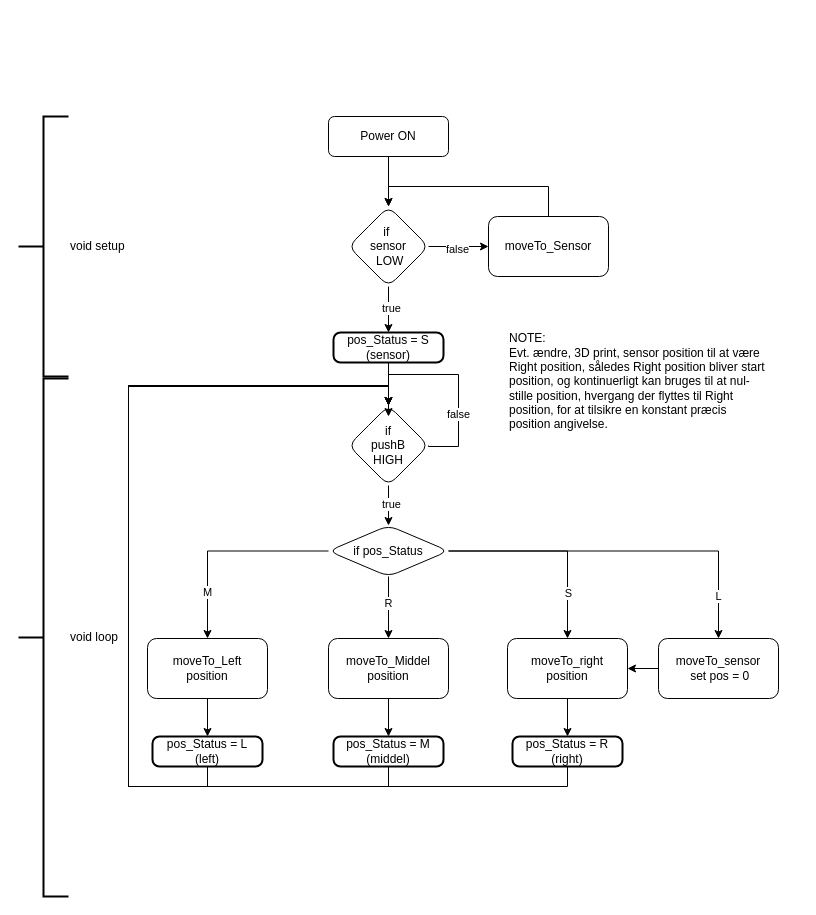
Above: Documentation/DTM_FallerCar_Intersection_TEST_01.drawio in HenrikH2011/DTM_Car_System_StepMotor (draw.io), before the change. Source tidied: cells renumbered, new cells numbered last; positions are measured from the earlier drawing's top-left corner, leaving out a move shared by most shapes. Both pictures are drawn from the tidied source at 100%, with x=0, y=0 at pixel (18, 116).
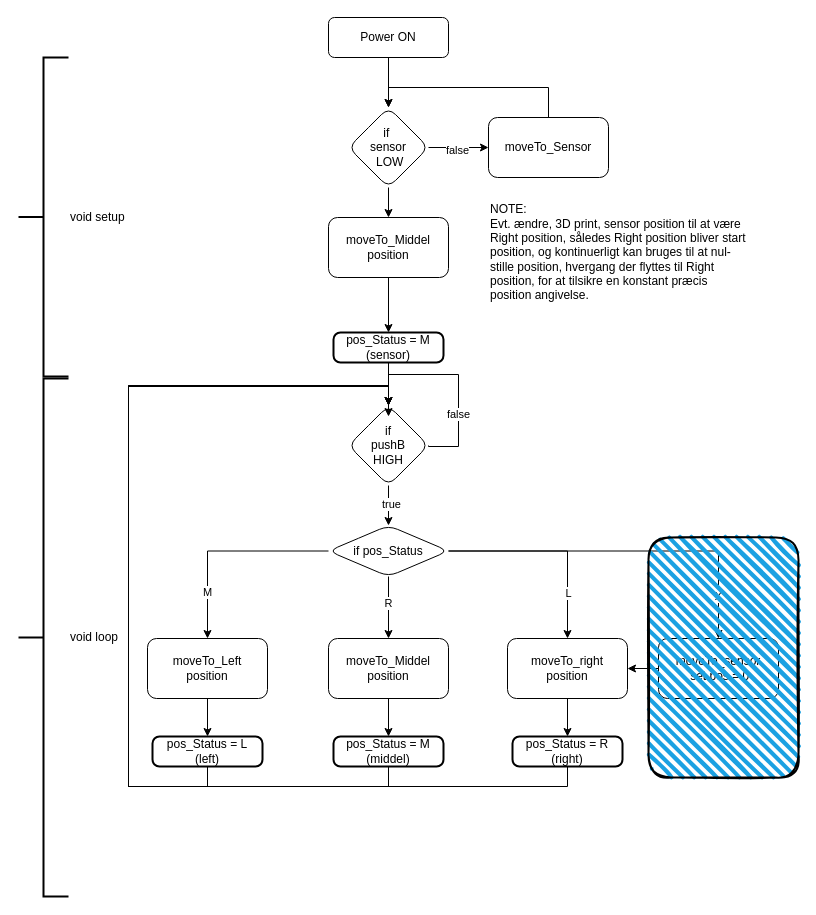
The same page after the edit.

The change refers to these unchanged cells:
```xml
<mxCell id="28" style="edgeStyle=orthogonalEdgeStyle;rounded=0;jettySize=auto;html=1;exitX=1;exitY=0.5;exitDx=0;exitDy=0;entryX=0.5;entryY=0;entryDx=0;entryDy=0;" parent="1" edge="1" source="32" target="34">
  <mxGeometry relative="1" as="geometry" />
</mxCell>
<mxCell id="30" style="edgeStyle=orthogonalEdgeStyle;rounded=0;jettySize=auto;html=1;exitX=1;exitY=0.5;exitDx=0;exitDy=0;entryX=0.5;entryY=0;entryDx=0;entryDy=0;" parent="1" edge="1" source="32" target="43">
  <mxGeometry relative="1" as="geometry" />
</mxCell>
```

What changed in the source:
```diff
@@
     <mxCell id="3" value="Power ON" style="rounded=1;whiteSpace=wrap;html=1;fontSize=12;glass=0;strokeWidth=1;shadow=0;" parent="1" vertex="1">
-      <mxGeometry x="310" width="120" height="40" as="geometry" />
+      <mxGeometry x="310" y="-99" width="120" height="40" as="geometry" />
     </mxCell>
-    <mxCell id="4" style="edgeStyle=orthogonalEdgeStyle;rounded=0;jettySize=auto;html=1;entryX=0.5;entryY=0;entryDx=0;entryDy=0;" parent="1" edge="1" source="8" target="22">
-      <mxGeometry relative="1" as="geometry" />
-    </mxCell>
-    <mxCell id="5" value="true" style="edgeLabel;html=1;align=center;verticalAlign=middle;" parent="4" vertex="1">
-      <mxGeometry x="-0.08" y="2" relative="1" as="geometry" />
-    </mxCell>
@@
+    <mxCell id="44" style="edgeStyle=orthogonalEdgeStyle;rounded=0;jettySize=auto;html=1;exitX=0.5;exitY=1;exitDx=0;exitDy=0;entryX=0.5;entryY=0;entryDx=0;entryDy=0;" parent="1" edge="1" source="8" target="46">
+      <mxGeometry relative="1" as="geometry" />
+    </mxCell>
     <mxCell id="8" value="if&amp;nbsp;&lt;div&gt;sensor&lt;div&gt;&amp;nbsp;LOW&lt;/div&gt;&lt;/div&gt;" style="rhombus;whiteSpace=wrap;html=1;rounded=1;glass=0;strokeWidth=1;shadow=0;" parent="1" vertex="1">
-      <mxGeometry x="330" y="90" width="80" height="80" as="geometry" />
+      <mxGeometry x="330" y="-9" width="80" height="80" as="geometry" />
     </mxCell>
     <mxCell id="9" style="edgeStyle=orthogonalEdgeStyle;rounded=0;jettySize=auto;html=1;exitX=0.5;exitY=0;exitDx=0;exitDy=0;entryX=0.5;entryY=0;entryDx=0;entryDy=0;" parent="1" edge="1" source="10" target="8">
       <mxGeometry relative="1" as="geometry">
         <Array as="points">
-          <mxPoint x="530" y="70" />
-          <mxPoint x="370" y="70" />
+          <mxPoint x="530" y="-29" />
+          <mxPoint x="370" y="-29" />
         </Array>
       </mxGeometry>
     </mxCell>
     <mxCell id="10" value="moveTo_Sensor" style="whiteSpace=wrap;html=1;rounded=1;glass=0;strokeWidth=1;shadow=0;" parent="1" vertex="1">
-      <mxGeometry x="470" y="100" width="120" height="60" as="geometry" />
+      <mxGeometry x="470" y="1" width="120" height="60" as="geometry" />
     </mxCell>
@@
     <mxCell id="20" value="&lt;div&gt;NOTE:&lt;/div&gt;Evt. ændre, 3D print, sensor position til at være Right position, således Right position bliver start position, og kontinuerligt kan bruges til at nul-stille position, hvergang der flyttes til Right position, for at tilsikre en konstant præcis position angivelse." style="text;html=1;align=left;verticalAlign=middle;whiteSpace=wrap;rounded=0;" parent="1" vertex="1">
-      <mxGeometry x="489" y="200" width="260" height="130" as="geometry" />
+      <mxGeometry x="470" y="71" width="260" height="130" as="geometry" />
     </mxCell>
@@
-    <mxCell id="22" value="pos_Status = S&lt;div&gt;(sensor)&lt;/div&gt;" style="rounded=1;whiteSpace=wrap;html=1;absoluteArcSize=1;arcSize=14;strokeWidth=2;" parent="1" vertex="1">
+    <mxCell id="22" value="pos_Status = M&lt;div&gt;(sensor)&lt;/div&gt;" style="rounded=1;whiteSpace=wrap;html=1;absoluteArcSize=1;arcSize=14;strokeWidth=2;" parent="1" vertex="1">
       <mxGeometry x="315" y="216" width="110" height="30" as="geometry" />
     </mxCell>
@@
-    <mxCell id="29" value="S" style="edgeLabel;html=1;align=center;verticalAlign=middle;" parent="28" vertex="1">
+    <mxCell id="29" value="L" style="edgeLabel;html=1;align=center;verticalAlign=middle;" parent="28" vertex="1">
       <mxGeometry x="0.56" relative="1" as="geometry" />
     </mxCell>
@@
-    <mxCell id="31" value="L" style="edgeLabel;html=1;align=center;verticalAlign=middle;" parent="30" vertex="1">
+    <mxCell id="31" value="X" style="edgeLabel;html=1;align=center;verticalAlign=middle;" parent="30" vertex="1">
       <mxGeometry x="0.76" y="-1" relative="1" as="geometry" />
     </mxCell>
@@
     <mxCell id="39" value="void setup" style="strokeWidth=2;html=1;shape=mxgraph.flowchart.annotation_2;align=left;labelPosition=right;" parent="1" vertex="1">
-      <mxGeometry width="50" height="260" as="geometry" />
+      <mxGeometry y="-59" width="50" height="319" as="geometry" />
     </mxCell>
@@
+    <mxCell id="45" style="edgeStyle=orthogonalEdgeStyle;rounded=0;jettySize=auto;html=1;exitX=0.5;exitY=1;exitDx=0;exitDy=0;entryX=0.5;entryY=0;entryDx=0;entryDy=0;" parent="1" edge="1" source="46" target="22">
+      <mxGeometry relative="1" as="geometry" />
+    </mxCell>
+    <mxCell id="46" value="moveTo_Middel&lt;div&gt;position&lt;/div&gt;" style="whiteSpace=wrap;html=1;rounded=1;glass=0;strokeWidth=1;shadow=0;" parent="1" vertex="1">
+      <mxGeometry x="310" y="101" width="120" height="60" as="geometry" />
+    </mxCell>
+    <mxCell id="47" style="rounded=1;whiteSpace=wrap;html=1;strokeWidth=2;fillWeight=4;hachureGap=8;hachureAngle=45;fillColor=#1ba1e2;sketch=1;" parent="1" vertex="1">
+      <mxGeometry x="630" y="421" width="150" height="240" as="geometry" />
+    </mxCell>
```
